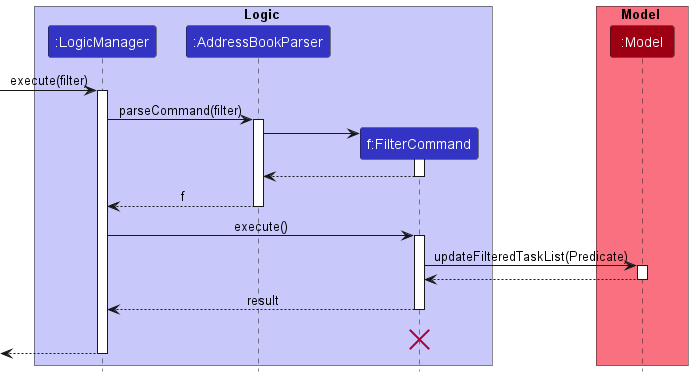
Before: docs/images/FilterSequenceDiagram.png, a diagram exported from PlantUML (nus-cs2103-AY2223S1/tp).
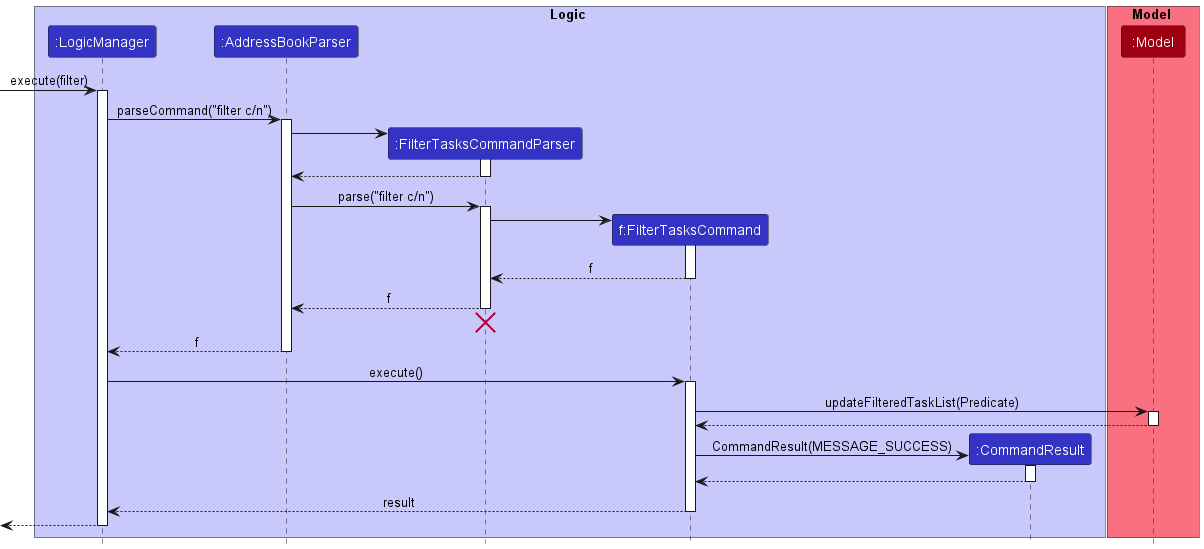
After the change.

Commit message:
Update filter sequence diagram

What changed in the source:
```diff
@@ -4,41 +4,65 @@
 box Logic LOGIC_COLOR_T1
 participant ":LogicManager" as LogicManager LOGIC_COLOR
 participant ":AddressBookParser" as AddressBookParser LOGIC_COLOR
-participant "f:FilterCommand" as FilterCommand LOGIC_COLOR
+participant ":FilterTasksCommandParser" as FilterTasksCommandParser LOGIC_COLOR
+participant "f:FilterTasksCommand" as FilterTasksCommand LOGIC_COLOR
+participant ":CommandResult" as CommandResult LOGIC_COLOR
 end box
 
 box Model MODEL_COLOR_T1
 participant ":Model" as Model MODEL_COLOR
 end box
+
 [-> LogicManager : execute(filter)
 activate LogicManager
 
-LogicManager -> AddressBookParser : parseCommand(filter)
+LogicManager -> AddressBookParser : parseCommand("filter c/n")
 activate AddressBookParser
 
-create FilterCommand
-AddressBookParser -> FilterCommand
-activate FilterCommand
+create FilterTasksCommandParser
+AddressBookParser -> FilterTasksCommandParser
+activate FilterTasksCommandParser
 
-FilterCommand --> AddressBookParser
-deactivate FilterCommand
+FilterTasksCommandParser --> AddressBookParser
+deactivate FilterTasksCommandParser
+
+AddressBookParser -> FilterTasksCommandParser: parse("filter c/n")
+activate FilterTasksCommandParser
+
+create FilterTasksCommand
+FilterTasksCommandParser -> FilterTasksCommand
+activate FilterTasksCommand
+
+FilterTasksCommand --> FilterTasksCommandParser : f
+deactivate FilterTasksCommand
+
+FilterTasksCommandParser --> AddressBookParser : f
+deactivate FilterTasksCommandParser
+
+FilterTasksCommandParser [hidden]--> AddressBookParser
+destroy FilterTasksCommandParser
 
 AddressBookParser --> LogicManager : f
 deactivate AddressBookParser
 
-LogicManager -> FilterCommand : execute()
-activate FilterCommand
+LogicManager -> FilterTasksCommand : execute()
+activate FilterTasksCommand
 
-FilterCommand -> Model : updateFilteredTaskList(Predicate)
+FilterTasksCommand -> Model : updateFilteredTaskList(Predicate)
 activate Model
 
-Model --> FilterCommand
+Model --> FilterTasksCommand
 deactivate Model
 
-FilterCommand --> LogicManager : result
-deactivate FilterCommand
-FilterCommand -[hidden]-> LogicManager : result
-destroy FilterCommand
+create CommandResult
+FilterTasksCommand -> CommandResult: CommandResult(MESSAGE_SUCCESS)
+activate CommandResult
+
+CommandResult --> FilterTasksCommand
+deactivate CommandResult
+
+FilterTasksCommand --> LogicManager : result
+deactivate FilterTasksCommand
 
 [<--LogicManager
 deactivate LogicManager
```
